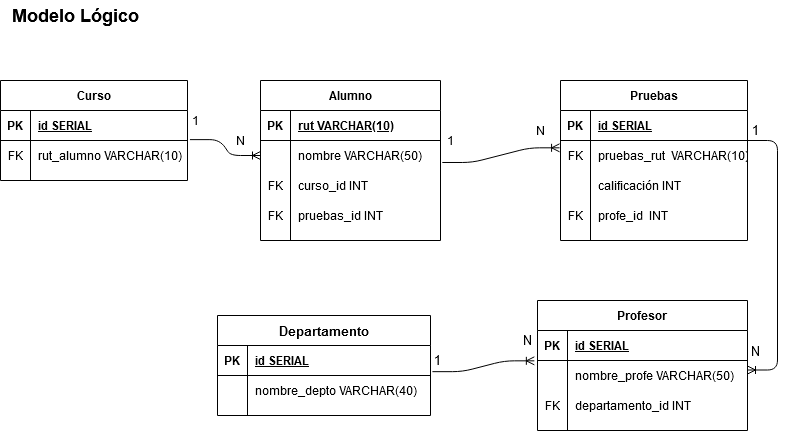
Above: Caso2_modelos.png in gilibethvega/modelamiento_de_datos (draw.io), before the change. Source tidied: cells renumbered, new cells last; positions are measured from the earlier drawing's top-left corner, leaving out a move shared by most shapes.
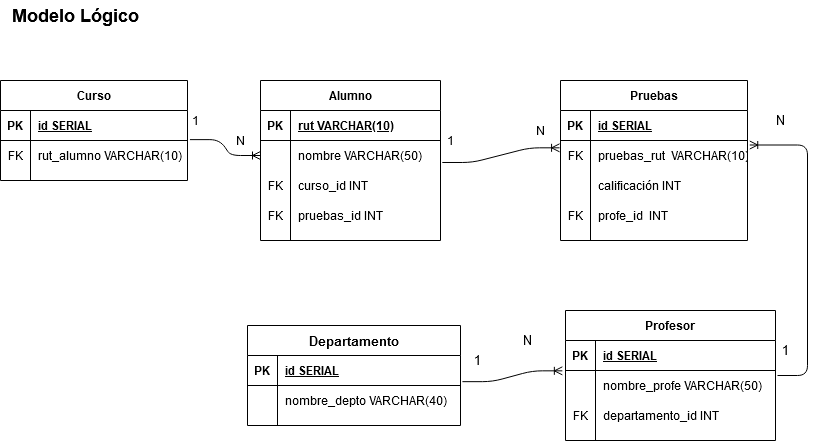
After the change.

What changed in the source:
```diff
@@ -81,7 +81,7 @@
       <mxGeometry x="30" width="157" height="30" as="geometry" />
     </mxCell>
     <mxCell id="28" value="Profesor" style="shape=table;startSize=30;rowLines=0;fontStyle=1;align=center;" parent="1" vertex="1">
-      <mxGeometry x="537" y="300" width="210" height="130" as="geometry" />
+      <mxGeometry x="565" y="310" width="210" height="130" as="geometry" />
     </mxCell>
     <mxCell id="29" style="shape=partialRectangle;fillColor=none;top=0;left=0;bottom=1;right=0;points=[[0,0.5],[1,0.5]];portConstraint=eastwest;" parent="28" vertex="1">
       <mxGeometry y="30" width="210" height="30" as="geometry" />
@@ -153,7 +153,7 @@
       <mxGeometry width="150" height="30" as="geometry" />
     </mxCell>
     <mxCell id="52" value="Departamento" style="shape=table;startSize=30;rowLines=0;fontStyle=1;align=center;fontSize=13;" parent="1" vertex="1">
-      <mxGeometry x="217" y="315" width="213" height="100" as="geometry" />
+      <mxGeometry x="247" y="325" width="213" height="100" as="geometry" />
     </mxCell>
     <mxCell id="53" style="shape=partialRectangle;fillColor=none;top=0;left=0;bottom=1;right=0;points=[[0,0.5],[1,0.5]];portConstraint=eastwest;" parent="52" vertex="1">
       <mxGeometry y="30" width="213" height="30" as="geometry" />
@@ -173,22 +173,22 @@
     <mxCell id="58" value="nombre_depto VARCHAR(40)" style="shape=partialRectangle;fillColor=none;top=0;left=0;bottom=0;right=0;align=left;spacingLeft=6;overflow=hidden;" parent="56" vertex="1">
       <mxGeometry x="30" width="183" height="30" as="geometry" />
     </mxCell>
-    <mxCell id="59" style="edgeStyle=entityRelationEdgeStyle;fontSize=12;html=1;endArrow=ERoneToMany;entryX=1;entryY=0.317;entryDx=0;entryDy=0;entryPerimeter=0;" parent="1" edge="1" target="32">
+    <mxCell id="59" style="edgeStyle=entityRelationEdgeStyle;fontSize=12;html=1;endArrow=ERoneToMany;entryX=1.012;entryY=0.15;entryDx=0;entryDy=0;entryPerimeter=0;" parent="1" edge="1" target="19">
       <mxGeometry relative="1" as="geometry">
-        <mxPoint x="747" y="140" as="sourcePoint" />
+        <mxPoint x="777" y="375" as="sourcePoint" />
       </mxGeometry>
     </mxCell>
     <mxCell id="60" value="1" style="text;html=1;align=center;verticalAlign=middle;fontSize=13;" parent="1" vertex="1">
-      <mxGeometry x="745" y="120" width="20" height="20" as="geometry" />
+      <mxGeometry x="775" y="340" width="20" height="20" as="geometry" />
     </mxCell>
     <mxCell id="61" value="N" style="text;html=1;align=center;verticalAlign=middle;fontSize=13;" parent="1" vertex="1">
-      <mxGeometry x="740" y="341" width="30" height="20" as="geometry" />
+      <mxGeometry x="765" y="110" width="30" height="20" as="geometry" />
     </mxCell>
     <mxCell id="62" style="edgeStyle=entityRelationEdgeStyle;fontSize=12;html=1;endArrow=ERoneToMany;exitX=1.009;exitY=0.872;exitDx=0;exitDy=0;exitPerimeter=0;entryX=-0.015;entryY=1.011;entryDx=0;entryDy=0;entryPerimeter=0;" parent="1" edge="1" source="53" target="29">
       <mxGeometry relative="1" as="geometry" />
     </mxCell>
     <mxCell id="63" value="1" style="text;html=1;align=center;verticalAlign=middle;fontSize=13;" parent="1" vertex="1">
-      <mxGeometry x="427" y="350" width="20" height="20" as="geometry" />
+      <mxGeometry x="467" y="350" width="20" height="20" as="geometry" />
     </mxCell>
     <mxCell id="64" value="N" style="text;html=1;align=center;verticalAlign=middle;fontSize=13;" parent="1" vertex="1">
       <mxGeometry x="512" y="330" width="30" height="20" as="geometry" />
```
